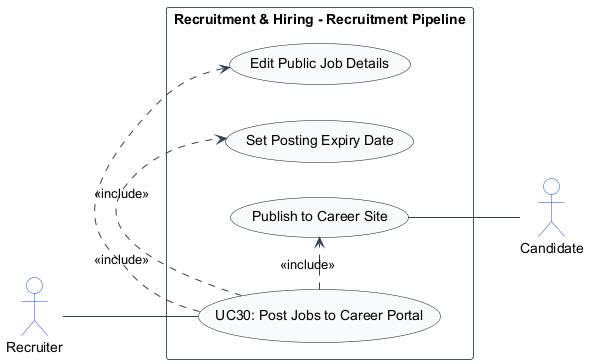
Above: usecase_images/UC30.png in TamBui1706/HRPlatform (PlantUML), before the change. The source it was exported from:
```plantuml
@startuml
left to right direction
skinparam shadowing false
skinparam packageStyle rectangle
skinparam actorStyle stickman

skinparam ArrowColor #334155
skinparam ActorBorderColor #1d4ed8
skinparam ActorBackgroundColor #ffffff
skinparam UsecaseBorderColor #0f172a
skinparam UsecaseBackgroundColor #f8fafc
skinparam RectangleBorderColor #475569
skinparam RectangleBackgroundColor #ffffff

actor "Recruiter" as Recruiter
actor "Candidate" as Candidate

rectangle "Recruitment & Hiring - Recruitment Pipeline" {
    usecase "UC30: Post Jobs to Career Portal" as UC_Main
    usecase "Edit Public Job Details" as UC_EditPosting
    usecase "Set Posting Expiry Date" as UC_SetExpiry
    usecase "Publish to Career Site" as UC_PublishJob

    Recruiter -- UC_Main
    UC_Main .> UC_EditPosting : <<include>>
    UC_Main .> UC_SetExpiry : <<include>>
    UC_Main .> UC_PublishJob : <<include>>
    UC_PublishJob -- Candidate
}
@enduml
```
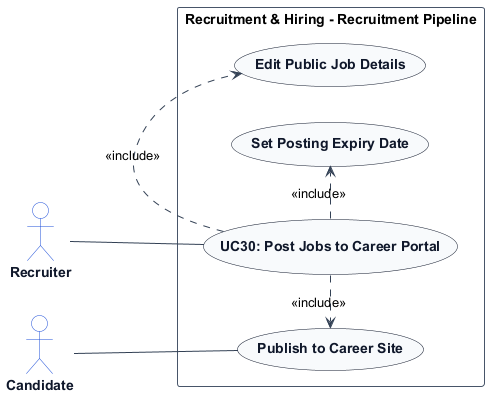
The same file after the commit.

The edit, as a diff of the source:
```diff
@@ -7,8 +7,14 @@
 skinparam ArrowColor #334155
 skinparam ActorBorderColor #1d4ed8
 skinparam ActorBackgroundColor #ffffff
+skinparam ActorFontColor #0f172a
+skinparam ActorFontStyle bold
+
 skinparam UsecaseBorderColor #0f172a
 skinparam UsecaseBackgroundColor #f8fafc
+skinparam UsecaseFontColor #0f172a
+skinparam UsecaseFontStyle bold
+
 skinparam RectangleBorderColor #475569
 skinparam RectangleBackgroundColor #ffffff
 
@@ -22,9 +28,9 @@
     usecase "Publish to Career Site" as UC_PublishJob
 
     Recruiter -- UC_Main
+    Candidate -- UC_PublishJob
     UC_Main .> UC_EditPosting : <<include>>
     UC_Main .> UC_SetExpiry : <<include>>
     UC_Main .> UC_PublishJob : <<include>>
-    UC_PublishJob -- Candidate
 }
 @enduml
```
